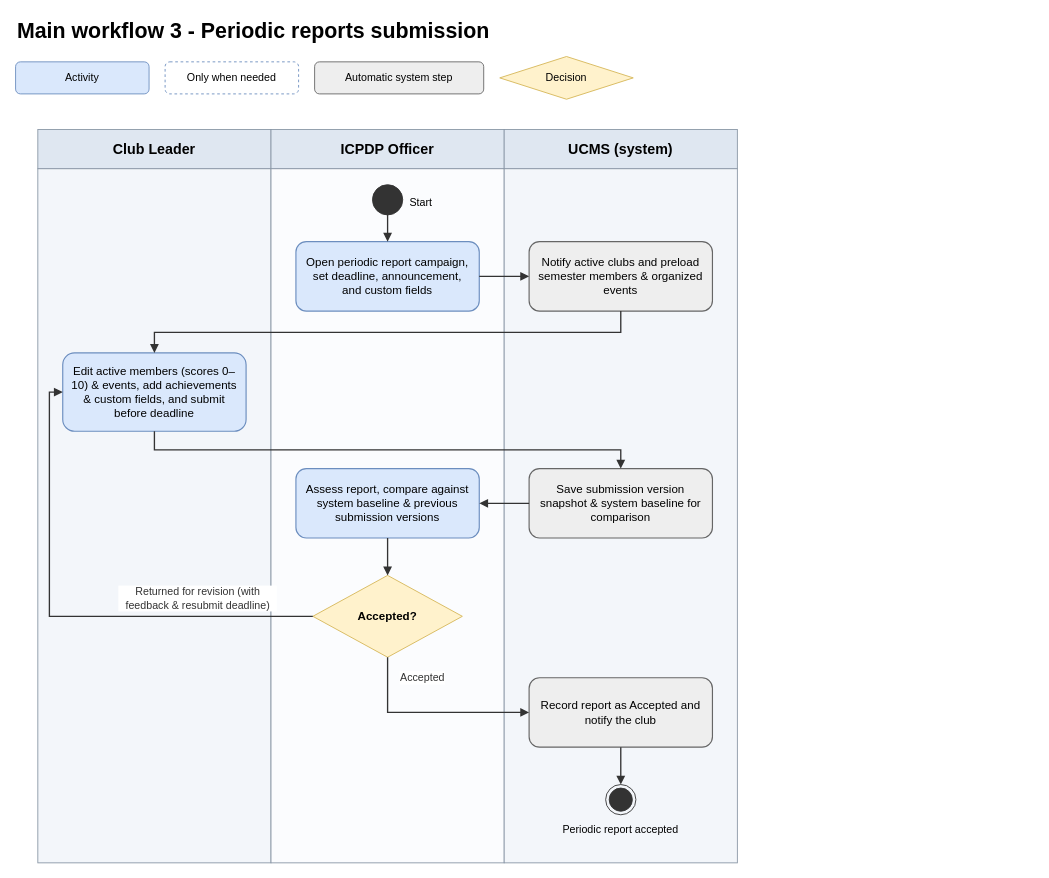
nvdekay/ClubManagementSystem keeps this draw.io diagram as page "03 Periodic reports submission" (3 of 7) of docs/03-diagrams/UCMS_Main_Workflow.drawio. Above is the earlier version. Source tidied: cells renumbered, new cells numbered last; positions are measured from the earlier drawing's top-left corner, leaving out a move shared by most shapes. Both pictures are drawn from the tidied source at 89%, with x=0, y=0 at pixel (15, 15).
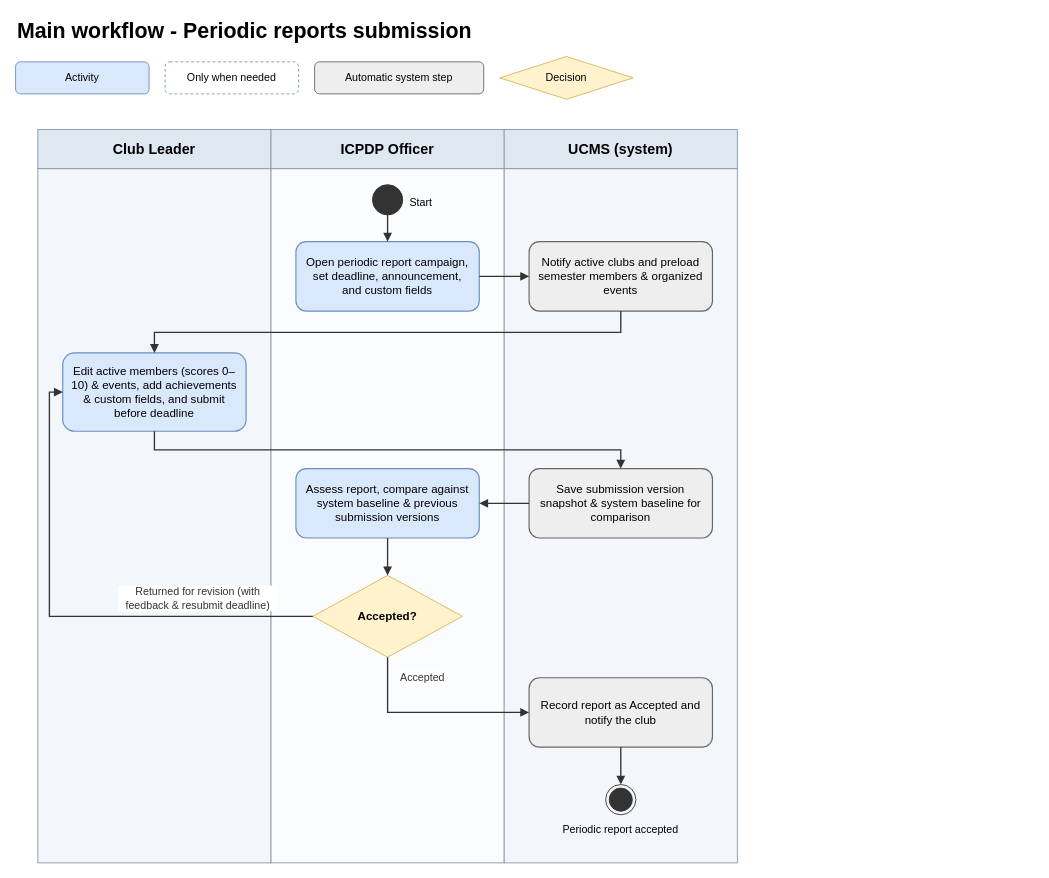
Above is the later version.

Diff of the diagram source:
```diff
@@
-    <mxCell id="2" value="Main workflow 3 - Periodic reports submission" style="text;html=1;align=left;verticalAlign=middle;fontSize=24;fontStyle=1;" parent="1" vertex="1">
+    <mxCell id="2" value="Main workflow - Periodic reports submission" style="text;html=1;align=left;verticalAlign=middle;fontSize=24;fontStyle=1;" parent="1" vertex="1">
       <mxGeometry width="1144" height="36" as="geometry" />
     </mxCell>
```
